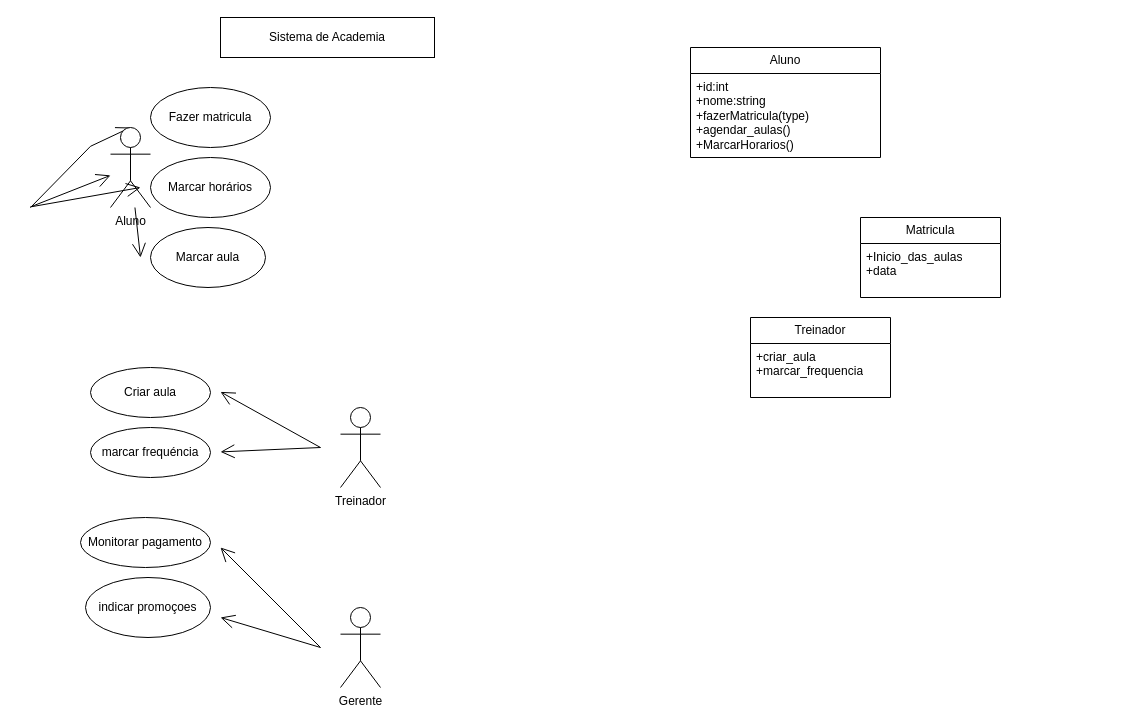
Raquelf-06/diagramasderequisitos keeps this draw.io diagram as page "Página-13" (13 of 15) of Diagrama sem nome.drawio. Above is the earlier version. Source tidied: cells renumbered, new cells numbered last; positions are measured from the earlier drawing's top-left corner, leaving out a move shared by most shapes. Both pictures are drawn from the tidied source at 100%, with x=0, y=0 at pixel (30, 17).
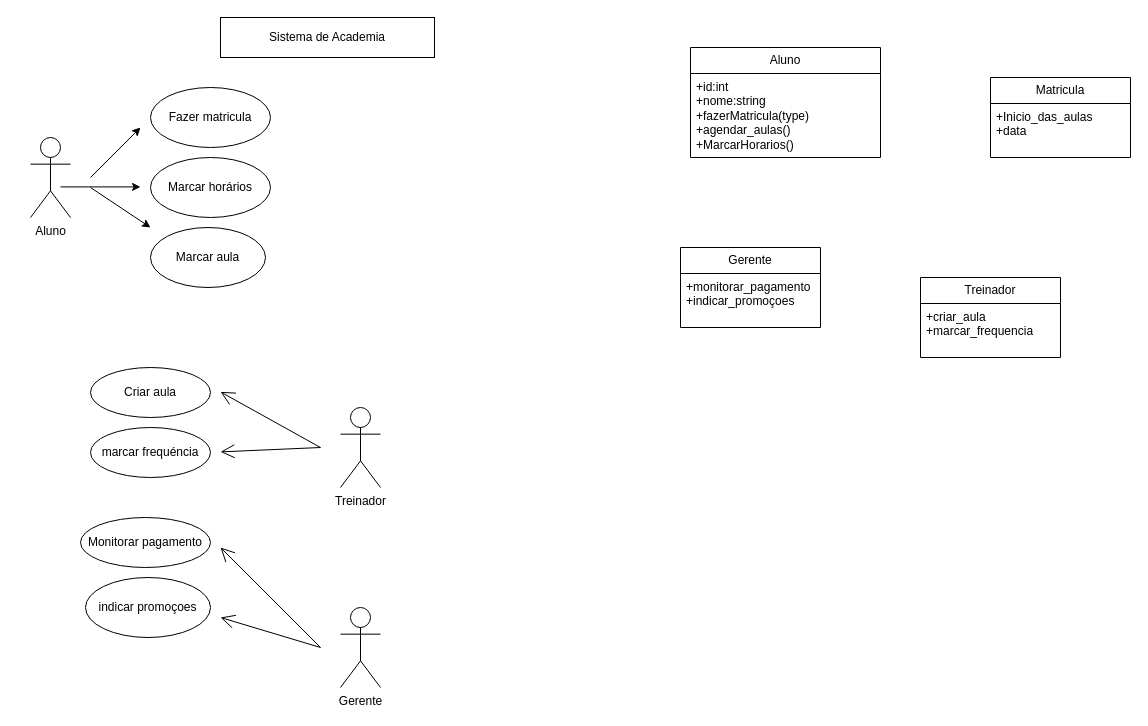
The same diagram, later.

What changed in the source:
```diff
@@
-    <mxCell id="12" style="endArrow=open;endFill=1;endSize=12;html=1;rounded=0;" parent="1" edge="1">
-      <mxGeometry relative="1" as="geometry">
-        <mxPoint y="190" as="sourcePoint" />
-        <mxPoint x="100" y="110" as="targetPoint" />
-        <Array as="points">
-          <mxPoint x="60" y="128.8" />
-        </Array>
-      </mxGeometry>
-    </mxCell>
-    <mxCell id="13" style="endArrow=open;endFill=1;endSize=12;html=1;rounded=0;" parent="1" edge="1">
-      <mxGeometry relative="1" as="geometry">
-        <mxPoint y="189.4" as="sourcePoint" />
-        <mxPoint x="110" y="170" as="targetPoint" />
-      </mxGeometry>
-    </mxCell>
-    <mxCell id="14" style="endArrow=open;endFill=1;endSize=12;html=1;rounded=0;" parent="1" edge="1" source="26">
-      <mxGeometry relative="1" as="geometry">
-        <mxPoint x="110" y="240" as="targetPoint" />
-      </mxGeometry>
-    </mxCell>
@@
     <mxCell id="21" value="Matricula" style="swimlane;fontStyle=0;horizontal=1;startSize=26;fillColor=none;whiteSpace=wrap;html=1;" parent="1" vertex="1">
-      <mxGeometry x="830" y="200" width="140" height="80" as="geometry" />
+      <mxGeometry x="960" y="60" width="140" height="80" as="geometry" />
     </mxCell>
@@
     <mxCell id="23" value="Treinador" style="swimlane;fontStyle=0;horizontal=1;startSize=26;fillColor=none;whiteSpace=wrap;html=1;" parent="1" vertex="1">
-      <mxGeometry x="720" y="300" width="140" height="80" as="geometry" />
+      <mxGeometry x="890" y="260" width="140" height="80" as="geometry" />
     </mxCell>
@@
-    <mxCell id="25" style="endArrow=open;endFill=1;endSize=12;html=1;rounded=0;" parent="1" edge="1" target="26">
-      <mxGeometry relative="1" as="geometry">
-        <mxPoint y="189.4" as="sourcePoint" />
-      </mxGeometry>
-    </mxCell>
     <mxCell id="26" value="Aluno" style="shape=umlActor;verticalLabelPosition=bottom;verticalAlign=top;html=1;" parent="1" vertex="1">
-      <mxGeometry x="80" y="110" width="40" height="80" as="geometry" />
+      <mxGeometry y="120" width="40" height="80" as="geometry" />
     </mxCell>
+    <mxCell id="27" style="endArrow=classic;html=1;rounded=0;" parent="1" edge="1">
+      <mxGeometry relative="1" as="geometry">
+        <mxPoint x="60" y="160" as="sourcePoint" />
+        <mxPoint x="110" y="110" as="targetPoint" />
+      </mxGeometry>
+    </mxCell>
+    <mxCell id="28" style="endArrow=classic;html=1;rounded=0;" parent="1" edge="1">
+      <mxGeometry relative="1" as="geometry">
+        <mxPoint x="60" y="170" as="sourcePoint" />
+        <mxPoint x="120" y="210" as="targetPoint" />
+      </mxGeometry>
+    </mxCell>
+    <mxCell id="29" style="endArrow=classic;html=1;rounded=0;" parent="1" edge="1">
+      <mxGeometry relative="1" as="geometry">
+        <mxPoint x="30" y="169.4" as="sourcePoint" />
+        <mxPoint x="110" y="169.4" as="targetPoint" />
+      </mxGeometry>
+    </mxCell>
+    <mxCell id="30" value="Gerente" style="swimlane;fontStyle=0;horizontal=1;startSize=26;fillColor=none;whiteSpace=wrap;html=1;" parent="1" vertex="1">
+      <mxGeometry x="650" y="230" width="140" height="80" as="geometry" />
+    </mxCell>
+    <mxCell id="31" value="+monitorar_pagamento&lt;div&gt;+indicar_promoçoes&lt;/div&gt;" style="text;strokeColor=none;fillColor=none;align=left;verticalAlign=top;spacingLeft=4;spacingRight=4;overflow=hidden;whiteSpace=wrap;html=1;" parent="30" vertex="1">
+      <mxGeometry y="26" width="140" height="54" as="geometry" />
+    </mxCell>
```
